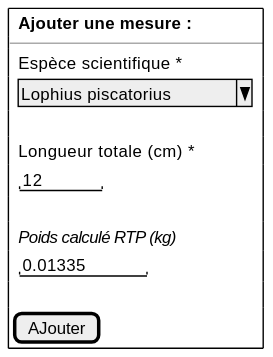
Above: projects/obsmer/spe/images/sample-add.svg in sumaris-net/sumaris-doc (PlantUML), before the change. Its source is kept beside it as projects/obsmer/spe/images/sample-add.puml. Its diagram source:
```plantuml
@startsalt
{
  {+
    { | . |  <b>Ajouter une mesure :  | . }
    --
    { | . | Espèce scientifique *  | . }
    { | . | ^Lophius piscatorius^   | . }
    .
    { | . | Longueur totale (cm) * | .  }
    { | . | "   12  "  }
    .
    { | . | <i>Poids calculé RTP (kg)  | . }
    { | . | "   0.01335 " | .  }
    .
    { [AJouter] }
    }
 }
@endsalt
```
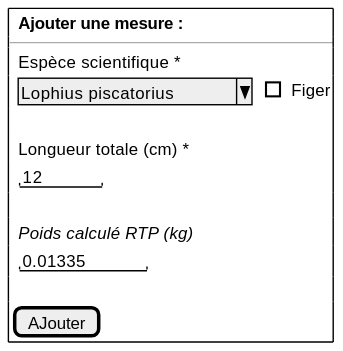
The same file after the commit.

Diff of the diagram source:
```diff
@@ -4,7 +4,7 @@
     { | . |  <b>Ajouter une mesure :  | . }
     --
     { | . | Espèce scientifique *  | . }
-    { | . | ^Lophius piscatorius^   | . }
+    { | . | ^Lophius piscatorius^   | .  | [ ] Figer }
     .
     { | . | Longueur totale (cm) * | .  }
     { | . | "   12  "  }
```
